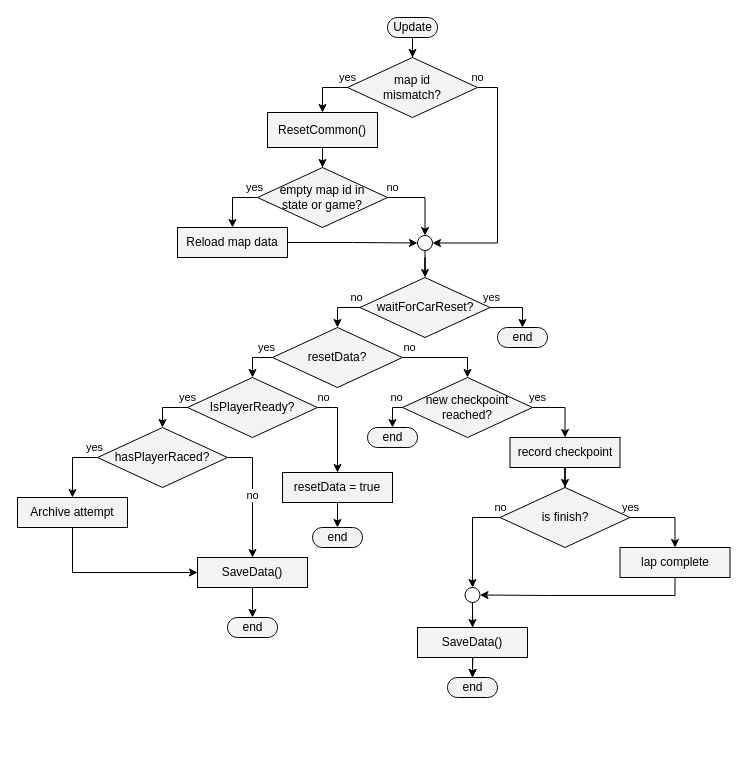
Above: page "update" (1 of 2) of diagrams/drawio/flow_charts.drawio in nolanvargas/Weekly-Grand-Splits (draw.io), before the change. Source tidied: cells renumbered, new cells numbered last; positions are measured from the earlier drawing's top-left corner, leaving out a move shared by most shapes. Both pictures are drawn from the tidied source at 100%, with x=0, y=0 at pixel (17, 17).
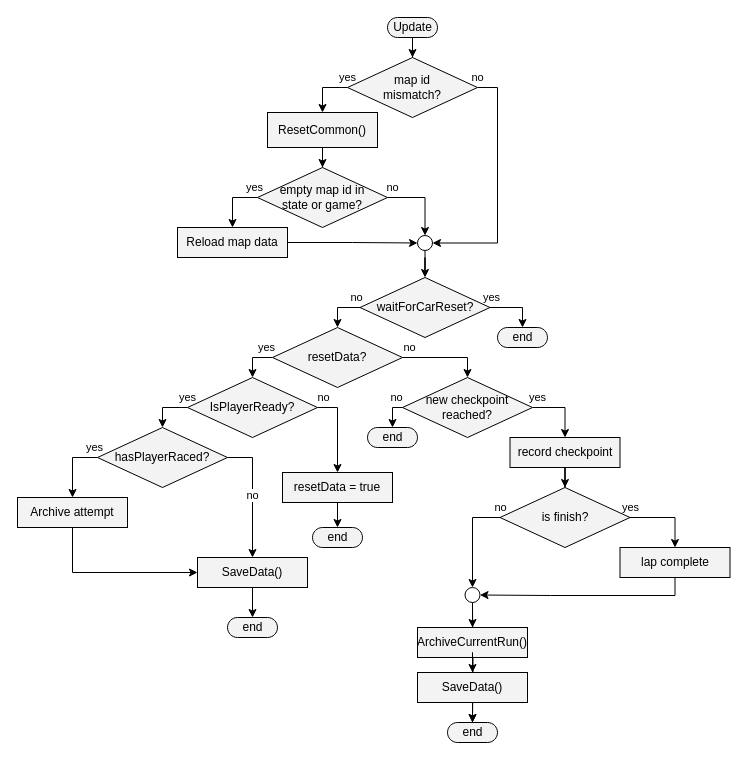
The same page after the edit.

The change refers to these unchanged cells:
```xml
<mxCell id="46" style="ellipse;whiteSpace=wrap;html=1;fillColor=none;" parent="1" vertex="1">
  <mxGeometry x="447.5" y="570" width="15" height="15" as="geometry" />
</mxCell>
```

The edit, as a diff of the source:
```diff
@@
-    <mxCell id="44" style="edgeStyle=orthogonalEdgeStyle;rounded=0;jettySize=auto;html=1;" parent="1" edge="1" source="46" target="47">
+    <mxCell id="44" style="edgeStyle=orthogonalEdgeStyle;rounded=0;jettySize=auto;html=1;" parent="1" edge="1" source="46" target="54">
       <mxGeometry relative="1" as="geometry" />
     </mxCell>
@@
+    <mxCell id="54" value="ArchiveCurrentRun()" style="rounded=0;whiteSpace=wrap;html=1;fillColor=#F3F3F3;" parent="1" vertex="1">
+      <mxGeometry x="400" y="610" width="110" height="30" as="geometry" />
+    </mxCell>
+    <mxCell id="55" style="edgeStyle=orthogonalEdgeStyle;rounded=0;jettySize=auto;html=1;" parent="1" edge="1" source="54" target="47">
+      <mxGeometry relative="1" as="geometry" />
+    </mxCell>
     <mxCell id="47" value="SaveData()" style="rounded=0;whiteSpace=wrap;html=1;fillColor=#F3F3F3;" parent="1" vertex="1">
-      <mxGeometry x="400" y="610" width="110" height="30" as="geometry" />
+      <mxGeometry x="400" y="655" width="110" height="30" as="geometry" />
     </mxCell>
@@
     <mxCell id="49" value="end" style="html=1;dashed=0;whitespace=wrap;shape=mxgraph.dfd.start;fillColor=#F3F3F3;" parent="1" vertex="1">
-      <mxGeometry x="430" y="660" width="50" height="20" as="geometry" />
+      <mxGeometry x="430" y="705" width="50" height="20" as="geometry" />
     </mxCell>
```
